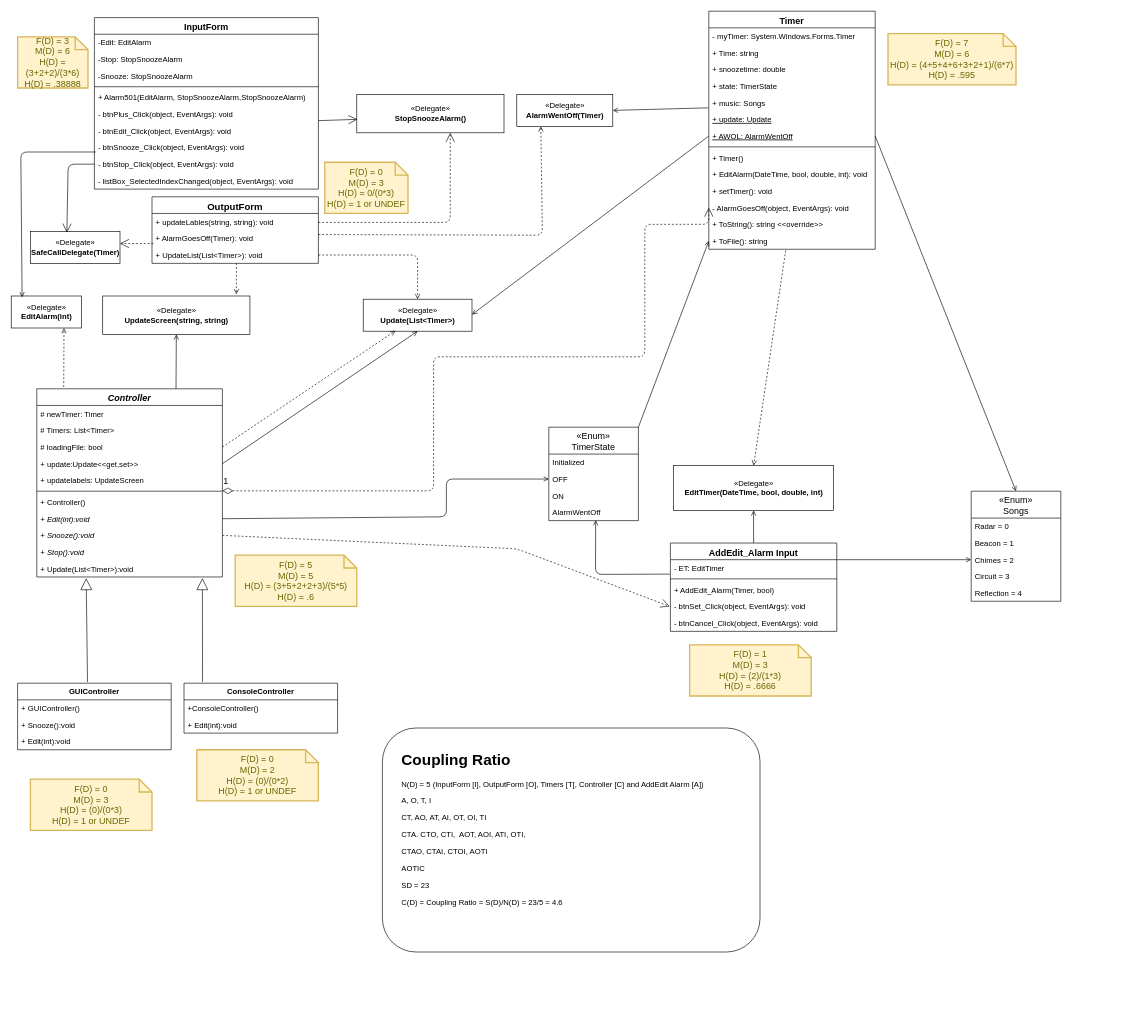
Rosebaugh/CS501 keeps this draw.io diagram as page "Page-1" (1 of 2) of Alarm-Project 3.drawio. Above is the earlier version. Source tidied: cells renumbered, new cells numbered last; positions are measured from the earlier drawing's top-left corner, leaving out a move shared by most shapes. Both pictures are drawn from the tidied source at 64%, with x=0, y=0 at pixel (11, 11).
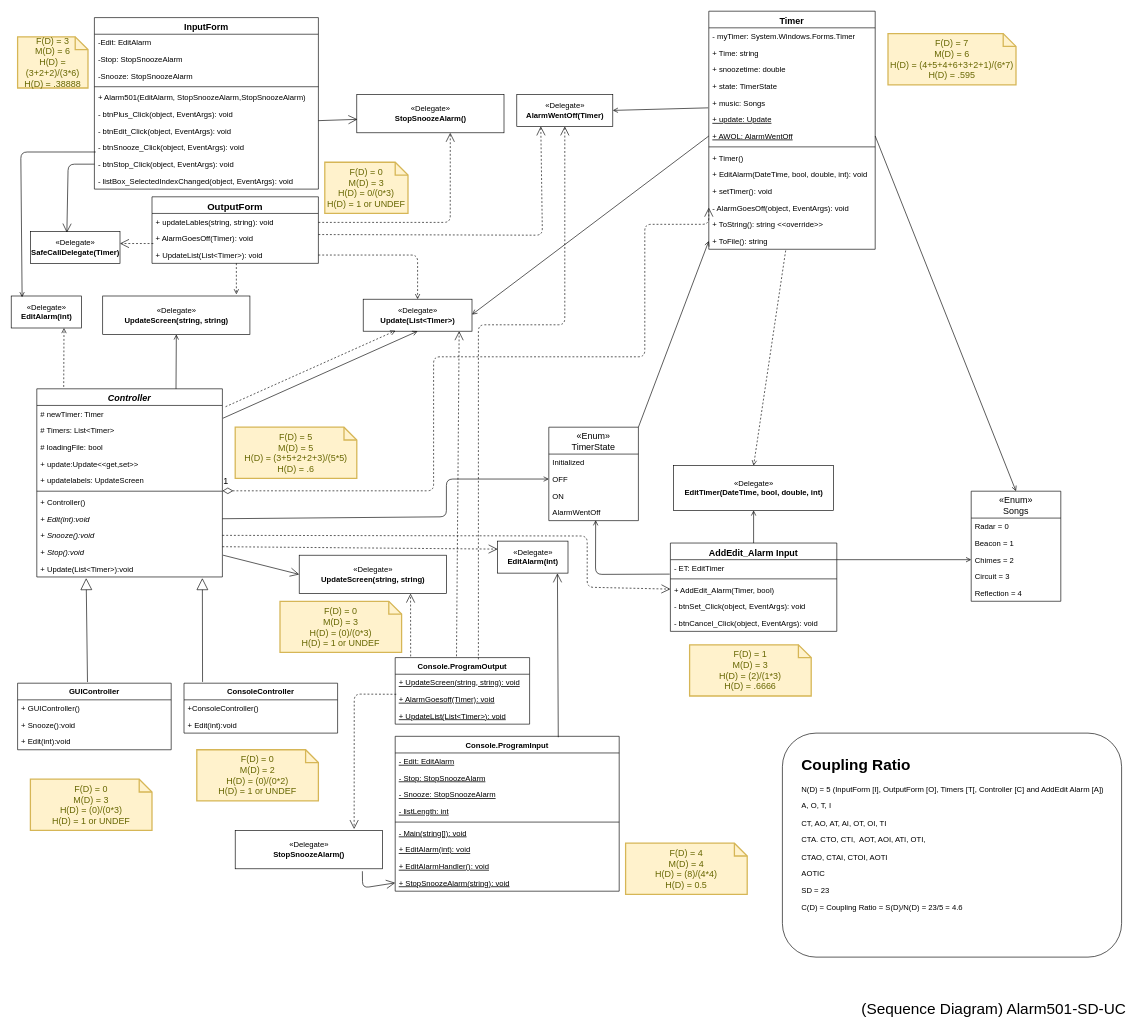
After the change.

The change refers to these unchanged cells:
```xml
<mxCell id="15" value="+ AlarmGoesOff(Timer): void" style="text;strokeColor=none;fillColor=none;align=left;verticalAlign=top;spacingLeft=4;spacingRight=4;overflow=hidden;points=[[0,0.5],[1,0.5]];portConstraint=eastwest;" parent="13" vertex="1">
  <mxGeometry y="52" width="260" height="26" as="geometry" />
</mxCell>
<mxCell id="39" value="# newTimer: Timer" style="text;strokeColor=none;fillColor=none;align=left;verticalAlign=top;spacingLeft=4;spacingRight=4;overflow=hidden;points=[[0,0.5],[1,0.5]];portConstraint=eastwest;" parent="38" vertex="1">
  <mxGeometry y="26" width="290" height="26" as="geometry" />
</mxCell>
<mxCell id="41" value="# loadingFile: bool" style="text;strokeColor=none;fillColor=none;align=left;verticalAlign=top;spacingLeft=4;spacingRight=4;overflow=hidden;points=[[0,0.5],[1,0.5]];portConstraint=eastwest;" parent="38" vertex="1">
  <mxGeometry y="78" width="290" height="26" as="geometry" />
</mxCell>
<mxCell id="42" value="+ update:Update&lt;&lt;get,set&gt;&gt;" style="text;strokeColor=none;fillColor=none;align=left;verticalAlign=top;spacingLeft=4;spacingRight=4;overflow=hidden;points=[[0,0.5],[1,0.5]];portConstraint=eastwest;" parent="38" vertex="1">
  <mxGeometry y="104" width="290" height="26" as="geometry" />
</mxCell>
<mxCell id="47" value="+ Snooze():void" style="text;strokeColor=none;fillColor=none;align=left;verticalAlign=top;spacingLeft=4;spacingRight=4;overflow=hidden;points=[[0,0.5],[1,0.5]];portConstraint=eastwest;fontStyle=2;" parent="38" vertex="1">
  <mxGeometry y="216" width="290" height="26" as="geometry" />
</mxCell>
<mxCell id="48" value="+ Stop():void" style="text;strokeColor=none;fillColor=none;align=left;verticalAlign=top;spacingLeft=4;spacingRight=4;overflow=hidden;points=[[0,0.5],[1,0.5]];portConstraint=eastwest;fontStyle=2;" parent="38" vertex="1">
  <mxGeometry y="242" width="290" height="26" as="geometry" />
</mxCell>
<mxCell id="51" value="«Delegate»&lt;br&gt;&lt;b&gt;AlarmWentOff(Timer)&lt;/b&gt;" style="html=1;" parent="1" vertex="1">
  <mxGeometry x="790" y="130" width="150" height="50" as="geometry" />
</mxCell>
<mxCell id="52" value="«Delegate»&lt;br&gt;&lt;b&gt;Update(List&amp;lt;Timer&amp;gt;)&lt;/b&gt;" style="html=1;" parent="1" vertex="1">
  <mxGeometry x="550" y="450" width="170" height="50" as="geometry" />
</mxCell>
```

The edit, as a diff of the source:
```diff
@@
-    <mxCell id="70" style="html=1;verticalAlign=bottom;endArrow=open;endFill=0;entryX=0.25;entryY=1;entryDx=0;entryDy=0;dashed=1;exitX=1;exitY=0.269;exitDx=0;exitDy=0;exitPerimeter=0;" parent="1" edge="1" source="15" target="51">
+    <mxCell id="70" style="html=1;verticalAlign=bottom;endArrow=open;endFill=0;entryX=0.25;entryY=1;entryDx=0;entryDy=0;dashed=1;exitX=1;exitY=0.269;exitDx=0;exitDy=0;exitPerimeter=0;endSize=12;" parent="1" edge="1" source="15" target="51">
       <mxGeometry relative="1" as="geometry">
         <Array as="points">
           <mxPoint x="830" y="350" />
         </Array>
       </mxGeometry>
     </mxCell>
@@
-    <mxCell id="76" style="html=1;verticalAlign=bottom;endArrow=open;endFill=0;entryX=0.5;entryY=1;entryDx=0;entryDy=0;exitX=1;exitY=0.5;exitDx=0;exitDy=0;" parent="1" edge="1" source="42" target="52">
+    <mxCell id="76" style="html=1;verticalAlign=bottom;endArrow=open;endFill=0;entryX=0.5;entryY=1;entryDx=0;entryDy=0;exitX=1.003;exitY=0.769;exitDx=0;exitDy=0;exitPerimeter=0;" parent="1" edge="1" source="39" target="52">
       <mxGeometry relative="1" as="geometry" />
     </mxCell>
@@
-    <mxCell id="78" style="html=1;verticalAlign=bottom;endArrow=open;endFill=0;entryX=0.297;entryY=0.986;entryDx=0;entryDy=0;exitX=1;exitY=0.5;exitDx=0;exitDy=0;dashed=1;entryPerimeter=0;" parent="1" edge="1" source="41" target="52">
+    <mxCell id="78" style="html=1;verticalAlign=bottom;endArrow=open;endFill=0;entryX=0.297;entryY=0.986;entryDx=0;entryDy=0;exitX=1.017;exitY=0.077;exitDx=0;exitDy=0;dashed=1;entryPerimeter=0;exitPerimeter=0;" parent="1" edge="1" source="39" target="52">
       <mxGeometry relative="1" as="geometry" />
     </mxCell>
@@
     <mxCell id="84" style="rounded=1;whiteSpace=wrap;html=1;" parent="1" vertex="1">
-      <mxGeometry x="580" y="1120" width="590" height="350" as="geometry" />
+      <mxGeometry x="1205" y="1128" width="530" height="350" as="geometry" />
     </mxCell>
     <mxCell id="85" value="&lt;p style=&quot;line-height: 60%&quot;&gt;&lt;/p&gt;&lt;h1&gt;Coupling Ratio&lt;/h1&gt;&lt;p&gt;N(D) = 5 (InputForm [I], OutputForm [O], Timers [T[, Controller [C] and AddEdit Alarm [A])&lt;/p&gt;&lt;p&gt;A, O, T, I&lt;/p&gt;&lt;p&gt;CT, AO, AT, AI, OT, OI, TI&lt;/p&gt;&lt;p&gt;CTA. CTO, CTI,&amp;nbsp; AOT, AOI, ATI, OTI,&lt;/p&gt;&lt;p&gt;CTAO, CTAI, CTOI, AOTI&lt;/p&gt;&lt;p&gt;AOTIC&lt;/p&gt;&lt;p&gt;SD = 23&lt;/p&gt;&lt;p&gt;C(D) =&amp;nbsp;&lt;span&gt;Coupling Ratio = S(D)/N(D) = 23/5 = 4.6&amp;nbsp;&lt;/span&gt;&lt;/p&gt;&lt;br&gt;&lt;p&gt;&lt;/p&gt;" style="text;html=1;strokeColor=none;fillColor=none;spacing=5;spacingTop=-20;whiteSpace=wrap;overflow=hidden;rounded=0;" parent="1" vertex="1">
-      <mxGeometry x="605" y="1150" width="555" height="270" as="geometry" />
+      <mxGeometry x="1230" y="1158" width="495" height="270" as="geometry" />
     </mxCell>
@@
     <mxCell id="88" value="F(D) = 5&lt;br&gt;M(D) = 5&lt;br&gt;H(D) = (3+5+2+2+3)/(5*5)&lt;br&gt;H(D) = .6" style="shape=note;strokeWidth=2;fontSize=14;size=20;whiteSpace=wrap;html=1;fillColor=#fff2cc;strokeColor=#d6b656;fontColor=#666600;" parent="1" vertex="1">
-      <mxGeometry x="350" y="850" width="190" height="80" as="geometry" />
+      <mxGeometry x="350" y="650" width="190" height="80" as="geometry" />
     </mxCell>
@@
     <mxCell id="108" style="endArrow=open;endFill=1;endSize=12;html=1;dashed=1;exitX=1;exitY=0.5;exitDx=0;exitDy=0;" parent="1" edge="1" source="47">
       <mxGeometry relative="1" as="geometry">
-        <mxPoint x="1029" y="930" as="targetPoint" />
+        <mxPoint x="1030" y="903" as="targetPoint" />
         <Array as="points">
-          <mxPoint x="790" y="840" />
+          <mxPoint x="900" y="820" />
+          <mxPoint x="900" y="900" />
         </Array>
       </mxGeometry>
     </mxCell>
+    <mxCell id="109" value="Console.ProgramInput" style="swimlane;fontStyle=1;align=center;verticalAlign=top;horizontal=1;startSize=26;" parent="1" vertex="1">
+      <mxGeometry x="600" y="1133" width="350" height="242" as="geometry" />
+    </mxCell>
+    <mxCell id="110" value="- Edit: EditAlarm" style="text;strokeColor=none;fillColor=none;align=left;verticalAlign=top;spacingLeft=4;spacingRight=4;overflow=hidden;fontStyle=4;" parent="109" vertex="1">
+      <mxGeometry y="26" width="350" height="26" as="geometry" />
+    </mxCell>
+    <mxCell id="111" value="- Stop: StopSnoozeAlarm" style="text;strokeColor=none;fillColor=none;align=left;verticalAlign=top;spacingLeft=4;spacingRight=4;overflow=hidden;fontStyle=4;" parent="109" vertex="1">
+      <mxGeometry y="52" width="350" height="26" as="geometry" />
+    </mxCell>
+    <mxCell id="112" value="- Snooze: StopSnoozeAlarm" style="text;strokeColor=none;fillColor=none;align=left;verticalAlign=top;spacingLeft=4;spacingRight=4;overflow=hidden;fontStyle=4;" parent="109" vertex="1">
+      <mxGeometry y="78" width="350" height="26" as="geometry" />
+    </mxCell>
+    <mxCell id="113" value="- listLength: int" style="text;strokeColor=none;fillColor=none;align=left;verticalAlign=top;spacingLeft=4;spacingRight=4;overflow=hidden;fontStyle=4;" parent="109" vertex="1">
+      <mxGeometry y="104" width="350" height="26" as="geometry" />
+    </mxCell>
+    <mxCell id="114" style="line;strokeWidth=1;fillColor=none;align=left;verticalAlign=middle;spacingTop=-1;spacingLeft=3;spacingRight=3;labelPosition=right;" parent="109" vertex="1">
+      <mxGeometry y="130" width="350" height="8" as="geometry" />
+    </mxCell>
+    <mxCell id="115" value="- Main(string[]): void" style="text;strokeColor=none;fillColor=none;align=left;verticalAlign=top;spacingLeft=4;spacingRight=4;overflow=hidden;fontStyle=4;" parent="109" vertex="1">
+      <mxGeometry y="138" width="350" height="26" as="geometry" />
+    </mxCell>
+    <mxCell id="116" value="+ EditAlarm(int): void" style="text;strokeColor=none;fillColor=none;align=left;verticalAlign=top;spacingLeft=4;spacingRight=4;overflow=hidden;fontStyle=4;" parent="109" vertex="1">
+      <mxGeometry y="164" width="350" height="26" as="geometry" />
+    </mxCell>
+    <mxCell id="117" value="+ EditAlarmHandler(): void" style="text;strokeColor=none;fillColor=none;align=left;verticalAlign=top;spacingLeft=4;spacingRight=4;overflow=hidden;fontStyle=4;" parent="109" vertex="1">
+      <mxGeometry y="190" width="350" height="26" as="geometry" />
+    </mxCell>
+    <mxCell id="118" value="+ StopSnoozeAlarm(string): void" style="text;strokeColor=none;fillColor=none;align=left;verticalAlign=top;spacingLeft=4;spacingRight=4;overflow=hidden;points=[[0,0.5],[1,0.5]];portConstraint=eastwest;fontStyle=4;" parent="109" vertex="1">
+      <mxGeometry y="216" width="350" height="26" as="geometry" />
+    </mxCell>
+    <mxCell id="119" value="&lt;font style=&quot;font-size: 24px&quot;&gt;(Sequence Diagram) Alarm501-SD-UC&lt;/font&gt;" style="text;html=1;align=center;verticalAlign=middle;" parent="1" vertex="1">
+      <mxGeometry x="1320" y="1550" width="430" height="20" as="geometry" />
+    </mxCell>
+    <mxCell id="120" value="«Delegate»&lt;br&gt;&lt;b&gt;EditAlarm(int)&lt;/b&gt;" style="html=1;" parent="1" vertex="1">
+      <mxGeometry x="760" y="828" width="110" height="50" as="geometry" />
+    </mxCell>
+    <mxCell id="121" value="«Delegate»&lt;br&gt;&lt;b&gt;UpdateScreen(string, string)&lt;/b&gt;" style="html=1;" parent="1" vertex="1">
+      <mxGeometry x="450" y="850" width="230" height="60" as="geometry" />
+    </mxCell>
+    <mxCell id="122" style="endArrow=open;endFill=1;endSize=12;html=1;exitX=1;exitY=0.181;exitDx=0;exitDy=0;exitPerimeter=0;entryX=0;entryY=0.25;entryDx=0;entryDy=0;dashed=1;" parent="1" edge="1" source="48" target="120">
+      <mxGeometry relative="1" as="geometry" />
+    </mxCell>
+    <mxCell id="123" style="endArrow=open;endFill=1;endSize=12;html=1;exitX=0.728;exitY=0.006;exitDx=0;exitDy=0;exitPerimeter=0;entryX=0.85;entryY=1.008;entryDx=0;entryDy=0;entryPerimeter=0;" parent="1" edge="1" source="109" target="120">
+      <mxGeometry relative="1" as="geometry" />
+    </mxCell>
+    <mxCell id="124" style="endArrow=open;endFill=1;endSize=12;html=1;dashed=1;exitX=0.115;exitY=-0.018;exitDx=0;exitDy=0;exitPerimeter=0;" parent="1" edge="1" source="126">
+      <mxGeometry relative="1" as="geometry">
+        <mxPoint x="624" y="910" as="targetPoint" />
+      </mxGeometry>
+    </mxCell>
+    <mxCell id="125" style="endArrow=open;endFill=1;endSize=12;html=1;" parent="1" edge="1">
+      <mxGeometry relative="1" as="geometry">
+        <mxPoint x="331" y="850" as="sourcePoint" />
+        <mxPoint x="450" y="880" as="targetPoint" />
+      </mxGeometry>
+    </mxCell>
+    <mxCell id="126" value="Console.ProgramOutput" style="swimlane;fontStyle=1;align=center;verticalAlign=top;horizontal=1;startSize=26;" parent="1" vertex="1">
+      <mxGeometry x="600" y="1010" width="210" height="104" as="geometry" />
+    </mxCell>
+    <mxCell id="127" value="+ UpdateScreen(string, string): void" style="text;strokeColor=none;fillColor=none;align=left;verticalAlign=top;spacingLeft=4;spacingRight=4;overflow=hidden;fontStyle=4;" parent="126" vertex="1">
+      <mxGeometry y="26" width="210" height="26" as="geometry" />
+    </mxCell>
+    <mxCell id="128" value="+ AlarmGoesoff(Timer): void" style="text;strokeColor=none;fillColor=none;align=left;verticalAlign=top;spacingLeft=4;spacingRight=4;overflow=hidden;points=[[0,0.5],[1,0.5]];portConstraint=eastwest;fontStyle=4;" parent="126" vertex="1">
+      <mxGeometry y="52" width="210" height="26" as="geometry" />
+    </mxCell>
+    <mxCell id="129" value="+ UpdateList(List&lt;Timer&gt;): void" style="text;strokeColor=none;fillColor=none;align=left;verticalAlign=top;spacingLeft=4;spacingRight=4;overflow=hidden;fontStyle=4;" parent="126" vertex="1">
+      <mxGeometry y="78" width="210" height="26" as="geometry" />
+    </mxCell>
+    <mxCell id="130" style="endArrow=open;endFill=1;endSize=12;html=1;dashed=1;entryX=0.5;entryY=1;entryDx=0;entryDy=0;exitX=0.619;exitY=0.027;exitDx=0;exitDy=0;exitPerimeter=0;" parent="1" edge="1" source="126" target="51">
+      <mxGeometry relative="1" as="geometry">
+        <Array as="points">
+          <mxPoint x="730" y="940" />
+          <mxPoint x="730" y="490" />
+          <mxPoint x="865" y="490" />
+        </Array>
+      </mxGeometry>
+    </mxCell>
+    <mxCell id="131" style="endArrow=open;endFill=1;endSize=12;html=1;exitX=0.864;exitY=1.063;exitDx=0;exitDy=0;exitPerimeter=0;entryX=0;entryY=0.5;entryDx=0;entryDy=0;" parent="1" edge="1" source="132" target="118">
+      <mxGeometry relative="1" as="geometry">
+        <Array as="points">
+          <mxPoint x="549" y="1370" />
+        </Array>
+      </mxGeometry>
+    </mxCell>
+    <mxCell id="132" value="«Delegate»&lt;br&gt;&lt;b&gt;StopSnoozeAlarm()&lt;/b&gt;" style="html=1;" parent="1" vertex="1">
+      <mxGeometry x="350" y="1280" width="230" height="60" as="geometry" />
+    </mxCell>
+    <mxCell id="133" style="endArrow=open;endFill=1;endSize=12;html=1;exitX=0.008;exitY=0.204;exitDx=0;exitDy=0;exitPerimeter=0;dashed=1;entryX=0.808;entryY=-0.035;entryDx=0;entryDy=0;entryPerimeter=0;" parent="1" edge="1" source="128" target="132">
+      <mxGeometry relative="1" as="geometry">
+        <Array as="points">
+          <mxPoint x="536" y="1067" />
+        </Array>
+      </mxGeometry>
+    </mxCell>
+    <mxCell id="134" style="endArrow=open;endFill=1;endSize=12;html=1;entryX=0.882;entryY=1;entryDx=0;entryDy=0;entryPerimeter=0;dashed=1;exitX=0.456;exitY=-0.02;exitDx=0;exitDy=0;exitPerimeter=0;" parent="1" edge="1" source="126" target="52">
+      <mxGeometry relative="1" as="geometry" />
+    </mxCell>
+    <mxCell id="135" value="F(D) = 0&lt;br&gt;M(D) = 3&lt;br&gt;H(D) = (0)/(0*3)&lt;br&gt;H(D) = 1 or UNDEF" style="shape=note;strokeWidth=2;fontSize=14;size=20;whiteSpace=wrap;html=1;fillColor=#fff2cc;strokeColor=#d6b656;fontColor=#666600;" parent="1" vertex="1">
+      <mxGeometry x="420" y="922" width="190" height="80" as="geometry" />
+    </mxCell>
+    <mxCell id="136" value="F(D) = 4&lt;br&gt;M(D) = 4&lt;br&gt;H(D) = (8)/(4*4)&lt;br&gt;H(D) = 0.5" style="shape=note;strokeWidth=2;fontSize=14;size=20;whiteSpace=wrap;html=1;fillColor=#fff2cc;strokeColor=#d6b656;fontColor=#666600;" parent="1" vertex="1">
+      <mxGeometry x="960" y="1300" width="190" height="80" as="geometry" />
+    </mxCell>
```
